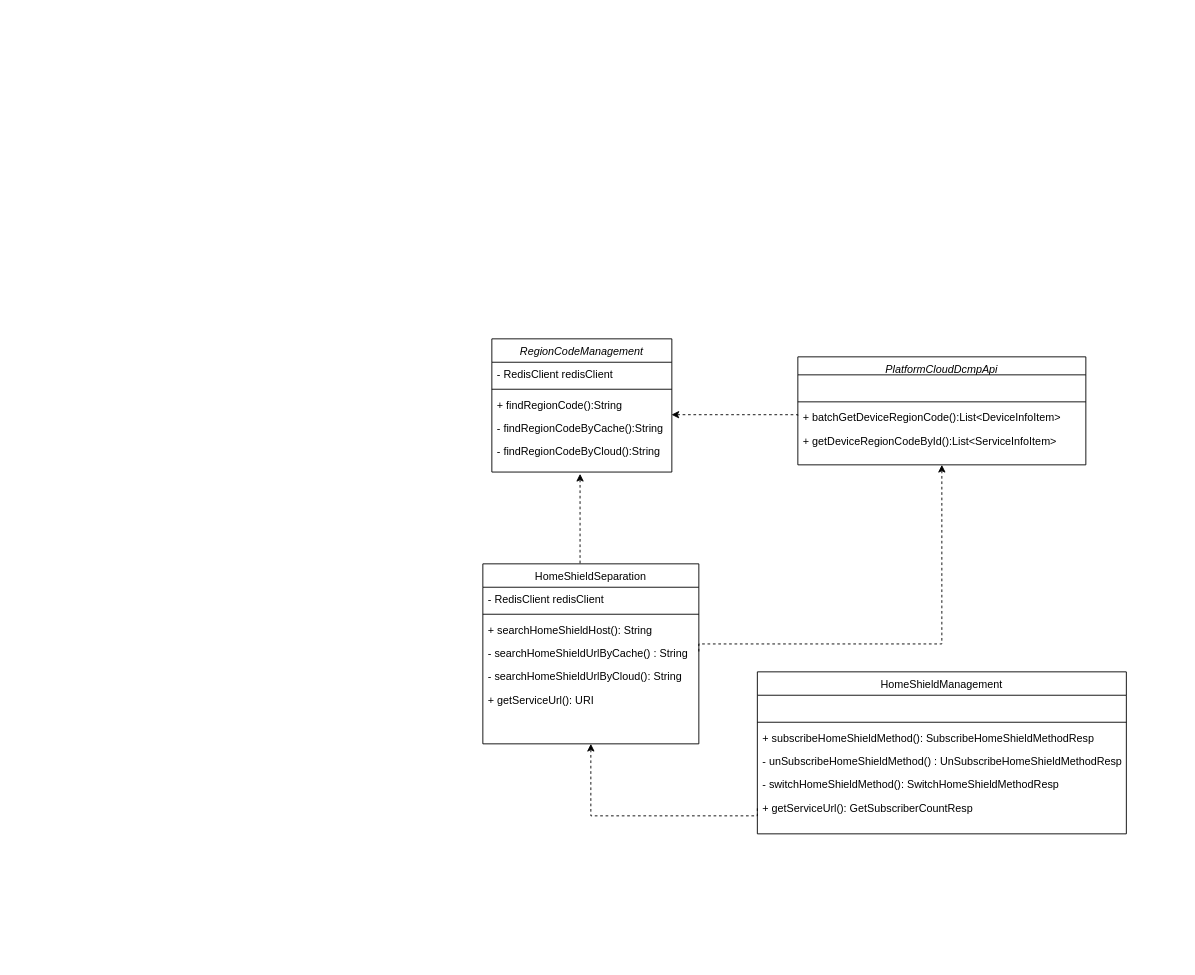
Dntls/Book keeps this draw.io diagram as Tauc概要设计.drawio. Above is the earlier version. Source tidied: cells renumbered, new cells numbered last; positions are measured from the earlier drawing's top-left corner, leaving out a move shared by most shapes. Both pictures are drawn from the tidied source at 90%, with x=0, y=0 at pixel (482, 338).
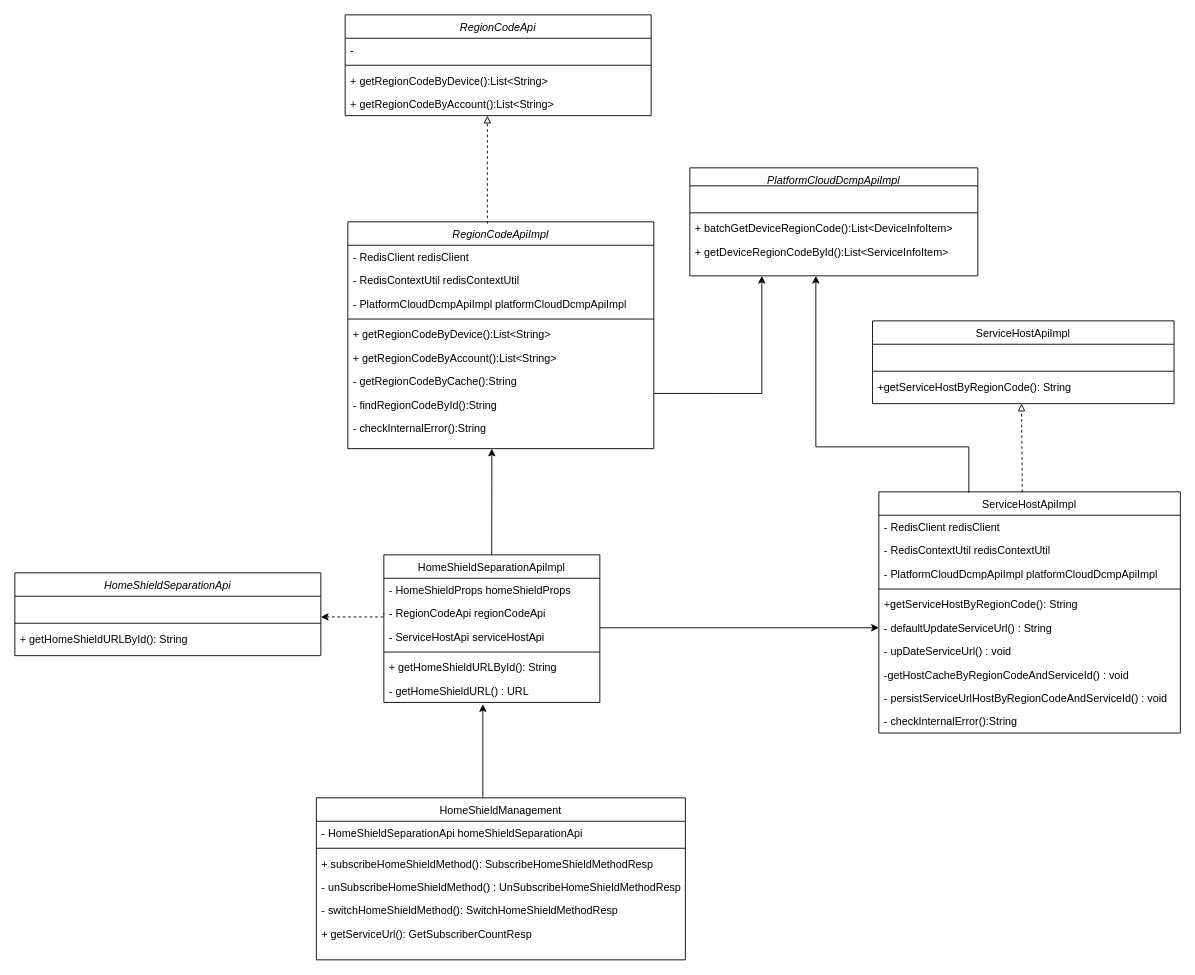
The same page after the edit.

Commit message:
更新Tauc概要设计.drawio

The change refers to these unchanged cells:
```xml
<mxCell id="19" value="+ batchGetDeviceRegionCode():List&lt;DeviceInfoItem&gt; " style="text;align=left;verticalAlign=top;spacingLeft=4;spacingRight=4;overflow=hidden;points=[[0,0.5],[1,0.5]];portConstraint=eastwest;" parent="16" vertex="1">
  <mxGeometry y="54" width="320" height="26" as="geometry" />
</mxCell>
<mxCell id="29" value="+ getServiceUrl(): GetSubscriberCountResp" style="text;align=left;verticalAlign=top;spacingLeft=4;spacingRight=4;overflow=hidden;points=[[0,0.5],[1,0.5]];portConstraint=eastwest;" parent="23" vertex="1">
  <mxGeometry y="138" width="410" height="26" as="geometry" />
</mxCell>
```

Change to the diagram source:
```diff
@@
-    <mxCell id="2" value="RegionCodeManagement" style="swimlane;fontStyle=2;align=center;verticalAlign=top;horizontal=1;startSize=26;rounded=0;shadow=0;strokeWidth=1;" parent="1" vertex="1">
-      <mxGeometry x="10" width="200" height="148" as="geometry" />
+    <mxCell id="2" value="RegionCodeApiImpl" style="swimlane;fontStyle=2;align=center;verticalAlign=top;horizontal=1;startSize=26;rounded=0;shadow=0;strokeWidth=1;" parent="1" vertex="1">
+      <mxGeometry x="-150" y="-130" width="340" height="252" as="geometry" />
     </mxCell>
     <mxCell id="3" value="- RedisClient redisClient" style="text;align=left;verticalAlign=top;spacingLeft=4;spacingRight=4;overflow=hidden;" parent="2" vertex="1">
-      <mxGeometry y="26" width="200" height="26" as="geometry" />
+      <mxGeometry y="26" width="340" height="26" as="geometry" />
     </mxCell>
+    <mxCell id="31" value="- RedisContextUtil redisContextUtil" style="text;align=left;verticalAlign=top;spacingLeft=4;spacingRight=4;overflow=hidden;rounded=0;shadow=0;html=0;" parent="2" vertex="1">
+      <mxGeometry y="52" width="340" height="26" as="geometry" />
+    </mxCell>
+    <mxCell id="32" value="- PlatformCloudDcmpApiImpl platformCloudDcmpApiImpl" style="text;align=left;verticalAlign=top;spacingLeft=4;spacingRight=4;overflow=hidden;rounded=0;shadow=0;html=0;" parent="2" vertex="1">
+      <mxGeometry y="78" width="340" height="26" as="geometry" />
+    </mxCell>
     <mxCell id="4" style="line;html=1;strokeWidth=1;align=left;verticalAlign=middle;spacingTop=-1;spacingLeft=3;spacingRight=3;labelPosition=right;" parent="2" vertex="1">
-      <mxGeometry y="52" width="200" height="8" as="geometry" />
+      <mxGeometry y="104" width="340" height="8" as="geometry" />
     </mxCell>
-    <mxCell id="5" value="+ findRegionCode():String" style="text;align=left;verticalAlign=top;spacingLeft=4;spacingRight=4;overflow=hidden;" parent="2" vertex="1">
-      <mxGeometry y="60" width="200" height="26" as="geometry" />
+    <mxCell id="5" value="+ getRegionCodeByDevice():List&lt;String&gt;" style="text;align=left;verticalAlign=top;spacingLeft=4;spacingRight=4;overflow=hidden;" parent="2" vertex="1">
+      <mxGeometry y="112" width="340" height="26" as="geometry" />
     </mxCell>
+    <mxCell id="33" value="+ getRegionCodeByAccount():List&lt;String&gt;" style="text;align=left;verticalAlign=top;spacingLeft=4;spacingRight=4;overflow=hidden;" parent="2" vertex="1">
+      <mxGeometry y="138" width="340" height="26" as="geometry" />
+    </mxCell>
-    <mxCell id="6" value="- findRegionCodeByCache():String" style="text;align=left;verticalAlign=top;spacingLeft=4;spacingRight=4;overflow=hidden;points=[[0,0.5],[1,0.5]];portConstraint=eastwest;" parent="2" vertex="1">
-      <mxGeometry y="86" width="200" height="26" as="geometry" />
+    <mxCell id="6" value="- getRegionCodeByCache():String" style="text;align=left;verticalAlign=top;spacingLeft=4;spacingRight=4;overflow=hidden;points=[[0,0.5],[1,0.5]];portConstraint=eastwest;" parent="2" vertex="1">
+      <mxGeometry y="164" width="340" height="26" as="geometry" />
     </mxCell>
-    <mxCell id="7" value="- findRegionCodeByCloud():String" style="text;align=left;verticalAlign=top;spacingLeft=4;spacingRight=4;overflow=hidden;points=[[0,0.5],[1,0.5]];portConstraint=eastwest;" parent="2" vertex="1">
-      <mxGeometry y="112" width="200" height="26" as="geometry" />
+    <mxCell id="7" value="- findRegionCodeById():String" style="text;align=left;verticalAlign=top;spacingLeft=4;spacingRight=4;overflow=hidden;points=[[0,0.5],[1,0.5]];portConstraint=eastwest;" parent="2" vertex="1">
+      <mxGeometry y="190" width="340" height="26" as="geometry" />
     </mxCell>
+    <mxCell id="34" value="- checkInternalError():String" style="text;align=left;verticalAlign=top;spacingLeft=4;spacingRight=4;overflow=hidden;" parent="2" vertex="1">
+      <mxGeometry y="216" width="340" height="26" as="geometry" />
+    </mxCell>
-    <mxCell id="8" value="HomeShieldSeparation" style="swimlane;fontStyle=0;align=center;verticalAlign=top;horizontal=1;startSize=26;rounded=0;shadow=0;strokeWidth=1;" parent="1" vertex="1">
-      <mxGeometry y="250" width="240" height="200" as="geometry" />
+    <mxCell id="8" value="HomeShieldSeparationApiImpl" style="swimlane;fontStyle=0;align=center;verticalAlign=top;horizontal=1;startSize=26;rounded=0;shadow=0;strokeWidth=1;" parent="1" vertex="1">
+      <mxGeometry x="-110" y="240" width="240" height="164" as="geometry" />
     </mxCell>
-    <mxCell id="9" value="- RedisClient redisClient" style="text;align=left;verticalAlign=top;spacingLeft=4;spacingRight=4;overflow=hidden;rounded=0;shadow=0;html=0;" parent="8" vertex="1">
+    <mxCell id="9" value="- HomeShieldProps homeShieldProps" style="text;align=left;verticalAlign=top;spacingLeft=4;spacingRight=4;overflow=hidden;rounded=0;shadow=0;html=0;" parent="8" vertex="1">
       <mxGeometry y="26" width="240" height="26" as="geometry" />
     </mxCell>
+    <mxCell id="35" value="- RegionCodeApi regionCodeApi " style="text;align=left;verticalAlign=top;spacingLeft=4;spacingRight=4;overflow=hidden;points=[[0,0.5],[1,0.5]];portConstraint=eastwest;rounded=0;shadow=0;html=0;" parent="8" vertex="1">
+      <mxGeometry y="52" width="240" height="26" as="geometry" />
+    </mxCell>
+    <mxCell id="36" value="- ServiceHostApi serviceHostApi" style="text;align=left;verticalAlign=top;spacingLeft=4;spacingRight=4;overflow=hidden;rounded=0;shadow=0;html=0;" parent="8" vertex="1">
+      <mxGeometry y="78" width="240" height="26" as="geometry" />
+    </mxCell>
     <mxCell id="10" style="line;html=1;strokeWidth=1;align=left;verticalAlign=middle;spacingTop=-1;spacingLeft=3;spacingRight=3;labelPosition=right;" parent="8" vertex="1">
-      <mxGeometry y="52" width="240" height="8" as="geometry" />
+      <mxGeometry y="104" width="240" height="8" as="geometry" />
     </mxCell>
-    <mxCell id="11" value="+ searchHomeShieldHost(): String" style="text;align=left;verticalAlign=top;spacingLeft=4;spacingRight=4;overflow=hidden;" parent="8" vertex="1">
-      <mxGeometry y="60" width="240" height="26" as="geometry" />
+    <mxCell id="11" value="+ getHomeShieldURLById(): String" style="text;align=left;verticalAlign=top;spacingLeft=4;spacingRight=4;overflow=hidden;" parent="8" vertex="1">
+      <mxGeometry y="112" width="240" height="26" as="geometry" />
     </mxCell>
-    <mxCell id="12" value="- searchHomeShieldUrlByCache() : String" style="text;align=left;verticalAlign=top;spacingLeft=4;spacingRight=4;overflow=hidden;points=[[0,0.5],[1,0.5]];portConstraint=eastwest;" parent="8" vertex="1">
-      <mxGeometry y="86" width="240" height="26" as="geometry" />
+    <mxCell id="12" value="- getHomeShieldURL() : URL&#10;" style="text;align=left;verticalAlign=top;spacingLeft=4;spacingRight=4;overflow=hidden;points=[[0,0.5],[1,0.5]];portConstraint=eastwest;" parent="8" vertex="1">
+      <mxGeometry y="138" width="240" height="26" as="geometry" />
     </mxCell>
-    <mxCell id="13" value="- searchHomeShieldUrlByCloud(): String" style="text;align=left;verticalAlign=top;spacingLeft=4;spacingRight=4;overflow=hidden;" parent="8" vertex="1">
-      <mxGeometry y="112" width="240" height="26" as="geometry" />
-    </mxCell>
-    <mxCell id="14" value="+ getServiceUrl(): URI" style="text;align=left;verticalAlign=top;spacingLeft=4;spacingRight=4;overflow=hidden;" parent="8" vertex="1">
-      <mxGeometry y="138" width="240" height="26" as="geometry" />
-    </mxCell>
-    <mxCell id="15" style="endArrow=none;shadow=0;strokeWidth=1;rounded=0;endFill=0;edgeStyle=elbowEdgeStyle;elbow=vertical;startArrow=classic;startFill=1;dashed=1;" parent="1" edge="1">
+    <mxCell id="15" style="endArrow=none;shadow=0;strokeWidth=1;rounded=0;endFill=0;edgeStyle=elbowEdgeStyle;elbow=vertical;startArrow=classic;startFill=1;entryX=0.374;entryY=-0.001;entryDx=0;entryDy=0;entryPerimeter=0;" parent="1" edge="1">
       <mxGeometry x="0.5" y="41" relative="1" as="geometry">
-        <mxPoint x="108" y="150" as="sourcePoint" />
-        <mxPoint x="108" y="250" as="targetPoint" />
+        <mxPoint x="10" y="122" as="sourcePoint" />
+        <mxPoint x="9.8" y="239.8" as="targetPoint" />
         <Array as="points">
-          <mxPoint x="111.8" y="180" />
+          <mxPoint x="13.8" y="162" />
         </Array>
         <mxPoint x="-40" y="32" as="offset" />
       </mxGeometry>
     </mxCell>
-    <mxCell id="16" value="PlatformCloudDcmpApi" style="swimlane;fontStyle=2;align=center;verticalAlign=top;horizontal=1;startSize=20;rounded=0;shadow=0;strokeWidth=1;" parent="1" vertex="1">
-      <mxGeometry x="350" y="20" width="320" height="120" as="geometry" />
+    <mxCell id="16" value="PlatformCloudDcmpApiImpl" style="swimlane;fontStyle=2;align=center;verticalAlign=top;horizontal=1;startSize=20;rounded=0;shadow=0;strokeWidth=1;" parent="1" vertex="1">
+      <mxGeometry x="230" y="-190" width="320" height="120" as="geometry" />
     </mxCell>
@@
-    <mxCell id="21" style="endArrow=none;shadow=0;strokeWidth=1;rounded=0;endFill=0;edgeStyle=orthogonalEdgeStyle;elbow=vertical;startArrow=classic;startFill=1;dashed=1;entryX=1;entryY=0.5;entryDx=0;entryDy=0;exitX=0.5;exitY=1;exitDx=0;exitDy=0;" parent="1" edge="1" source="16" target="12">
-      <mxGeometry relative="1" as="geometry">
-        <Array as="points">
-          <mxPoint x="510" y="339" />
-        </Array>
-      </mxGeometry>
-    </mxCell>
-    <mxCell id="22" style="endArrow=none;shadow=0;strokeWidth=1;rounded=0;endFill=0;edgeStyle=orthogonalEdgeStyle;elbow=vertical;startArrow=classic;startFill=1;dashed=1;exitX=0.998;exitY=-0.066;exitDx=0;exitDy=0;exitPerimeter=0;entryX=0;entryY=0.5;entryDx=0;entryDy=0;" parent="1" edge="1" source="6" target="19">
-      <mxGeometry relative="1" as="geometry">
-        <Array as="points">
-          <mxPoint x="350" y="84" />
-        </Array>
-      </mxGeometry>
-    </mxCell>
+    <mxCell id="37" style="edgeStyle=orthogonalEdgeStyle;rounded=0;jettySize=auto;html=1;" parent="1" edge="1" source="23">
+      <mxGeometry relative="1" as="geometry">
+        <mxPoint y="406" as="targetPoint" />
+        <Array as="points">
+          <mxPoint y="490" />
+          <mxPoint y="490" />
+        </Array>
+      </mxGeometry>
+    </mxCell>
     <mxCell id="23" value="HomeShieldManagement" style="swimlane;fontStyle=0;align=center;verticalAlign=top;horizontal=1;startSize=26;rounded=0;shadow=0;strokeWidth=1;" parent="1" vertex="1">
-      <mxGeometry x="305" y="370" width="410" height="180" as="geometry" />
+      <mxGeometry x="-185" y="510" width="410" height="180" as="geometry" />
     </mxCell>
-    <mxCell id="24" value=" " style="text;align=left;verticalAlign=top;spacingLeft=4;spacingRight=4;overflow=hidden;rounded=0;shadow=0;html=0;" parent="23" vertex="1">
+    <mxCell id="24" value="- HomeShieldSeparationApi homeShieldSeparationApi &#10; " style="text;align=left;verticalAlign=top;spacingLeft=4;spacingRight=4;overflow=hidden;rounded=0;shadow=0;html=0;" parent="23" vertex="1">
       <mxGeometry y="26" width="410" height="26" as="geometry" />
     </mxCell>
@@
-    <mxCell id="30" style="endArrow=none;shadow=0;strokeWidth=1;rounded=0;endFill=0;edgeStyle=orthogonalEdgeStyle;elbow=vertical;startArrow=classic;startFill=1;dashed=1;exitX=0.5;exitY=1;exitDx=0;exitDy=0;entryX=0;entryY=0.5;entryDx=0;entryDy=0;" parent="1" edge="1" source="8" target="29">
-      <mxGeometry relative="1" as="geometry">
-        <Array as="points">
-          <mxPoint x="120" y="530" />
-          <mxPoint x="305" y="530" />
-        </Array>
-      </mxGeometry>
-    </mxCell>
+    <mxCell id="38" value=" ServiceHostApiImpl" style="swimlane;fontStyle=0;align=center;verticalAlign=top;horizontal=1;startSize=26;rounded=0;shadow=0;strokeWidth=1;" parent="1" vertex="1">
+      <mxGeometry x="440" y="170" width="335" height="268" as="geometry" />
+    </mxCell>
+    <mxCell id="39" value="- RedisClient redisClient" style="text;align=left;verticalAlign=top;spacingLeft=4;spacingRight=4;overflow=hidden;rounded=0;shadow=0;html=0;" parent="38" vertex="1">
+      <mxGeometry y="26" width="335" height="26" as="geometry" />
+    </mxCell>
+    <mxCell id="40" value="- RedisContextUtil redisContextUtil" style="text;align=left;verticalAlign=top;spacingLeft=4;spacingRight=4;overflow=hidden;rounded=0;shadow=0;html=0;" parent="38" vertex="1">
+      <mxGeometry y="52" width="335" height="26" as="geometry" />
+    </mxCell>
+    <mxCell id="41" value="- PlatformCloudDcmpApiImpl platformCloudDcmpApiImpl" style="text;align=left;verticalAlign=top;spacingLeft=4;spacingRight=4;overflow=hidden;rounded=0;shadow=0;html=0;" parent="38" vertex="1">
+      <mxGeometry y="78" width="335" height="26" as="geometry" />
+    </mxCell>
+    <mxCell id="42" style="line;html=1;strokeWidth=1;align=left;verticalAlign=middle;spacingTop=-1;spacingLeft=3;spacingRight=3;labelPosition=right;" parent="38" vertex="1">
+      <mxGeometry y="104" width="335" height="8" as="geometry" />
+    </mxCell>
+    <mxCell id="43" value="+getServiceHostByRegionCode(): String" style="text;align=left;verticalAlign=top;spacingLeft=4;spacingRight=4;overflow=hidden;" parent="38" vertex="1">
+      <mxGeometry y="112" width="335" height="26" as="geometry" />
+    </mxCell>
+    <mxCell id="44" value="- defaultUpdateServiceUrl() : String" style="text;align=left;verticalAlign=top;spacingLeft=4;spacingRight=4;overflow=hidden;points=[[0,0.5],[1,0.5]];portConstraint=eastwest;" parent="38" vertex="1">
+      <mxGeometry y="138" width="335" height="26" as="geometry" />
+    </mxCell>
+    <mxCell id="45" value="- upDateServiceUrl() : void" style="text;align=left;verticalAlign=top;spacingLeft=4;spacingRight=4;overflow=hidden;" parent="38" vertex="1">
+      <mxGeometry y="164" width="335" height="26" as="geometry" />
+    </mxCell>
+    <mxCell id="46" value="-getHostCacheByRegionCodeAndServiceId() : void" style="text;align=left;verticalAlign=top;spacingLeft=4;spacingRight=4;overflow=hidden;" parent="38" vertex="1">
+      <mxGeometry y="190" width="335" height="26" as="geometry" />
+    </mxCell>
+    <mxCell id="47" value="- persistServiceUrlHostByRegionCodeAndServiceId() : void" style="text;align=left;verticalAlign=top;spacingLeft=4;spacingRight=4;overflow=hidden;" parent="38" vertex="1">
+      <mxGeometry y="216" width="335" height="26" as="geometry" />
+    </mxCell>
+    <mxCell id="48" value="- checkInternalError():String" style="text;align=left;verticalAlign=top;spacingLeft=4;spacingRight=4;overflow=hidden;" parent="38" vertex="1">
+      <mxGeometry y="242" width="335" height="26" as="geometry" />
+    </mxCell>
+    <mxCell id="49" style="endArrow=classic;html=1;rounded=0;entryX=0;entryY=0.5;entryDx=0;entryDy=0;" parent="1" edge="1" target="44">
+      <mxGeometry relative="1" as="geometry">
+        <mxPoint x="130" y="321" as="sourcePoint" />
+      </mxGeometry>
+    </mxCell>
+    <mxCell id="50" value="RegionCodeApi" style="swimlane;fontStyle=2;align=center;verticalAlign=top;horizontal=1;startSize=26;rounded=0;shadow=0;strokeWidth=1;" parent="1" vertex="1">
+      <mxGeometry x="-153" y="-360" width="340" height="112" as="geometry" />
+    </mxCell>
+    <mxCell id="51" value="-  " style="text;align=left;verticalAlign=top;spacingLeft=4;spacingRight=4;overflow=hidden;rounded=0;shadow=0;html=0;" parent="50" vertex="1">
+      <mxGeometry y="26" width="340" height="26" as="geometry" />
+    </mxCell>
+    <mxCell id="52" style="line;html=1;strokeWidth=1;align=left;verticalAlign=middle;spacingTop=-1;spacingLeft=3;spacingRight=3;labelPosition=right;" parent="50" vertex="1">
+      <mxGeometry y="52" width="340" height="8" as="geometry" />
+    </mxCell>
+    <mxCell id="53" value="+ getRegionCodeByDevice():List&lt;String&gt;" style="text;align=left;verticalAlign=top;spacingLeft=4;spacingRight=4;overflow=hidden;" parent="50" vertex="1">
+      <mxGeometry y="60" width="340" height="26" as="geometry" />
+    </mxCell>
+    <mxCell id="54" value="+ getRegionCodeByAccount():List&lt;String&gt;" style="text;align=left;verticalAlign=top;spacingLeft=4;spacingRight=4;overflow=hidden;" parent="50" vertex="1">
+      <mxGeometry y="86" width="340" height="26" as="geometry" />
+    </mxCell>
+    <mxCell id="55" style="endArrow=block;html=1;rounded=0;edgeStyle=orthogonalEdgeStyle;endFill=0;entryX=0.5;entryY=1;entryDx=0;entryDy=0;dashed=1;" parent="1" edge="1">
+      <mxGeometry relative="1" as="geometry">
+        <mxPoint x="5" y="-128" as="sourcePoint" />
+        <mxPoint x="5" y="-248" as="targetPoint" />
+        <Array as="points">
+          <mxPoint x="5" y="-128" />
+        </Array>
+      </mxGeometry>
+    </mxCell>
+    <mxCell id="56" value=" ServiceHostApiImpl" style="swimlane;fontStyle=0;align=center;verticalAlign=top;horizontal=1;startSize=26;rounded=0;shadow=0;strokeWidth=1;" parent="1" vertex="1">
+      <mxGeometry x="433" y="-20" width="335" height="92" as="geometry" />
+    </mxCell>
+    <mxCell id="57" value=" " style="text;align=left;verticalAlign=top;spacingLeft=4;spacingRight=4;overflow=hidden;rounded=0;shadow=0;html=0;" parent="56" vertex="1">
+      <mxGeometry y="26" width="335" height="26" as="geometry" />
+    </mxCell>
+    <mxCell id="58" style="line;html=1;strokeWidth=1;align=left;verticalAlign=middle;spacingTop=-1;spacingLeft=3;spacingRight=3;labelPosition=right;" parent="56" vertex="1">
+      <mxGeometry y="52" width="335" height="8" as="geometry" />
+    </mxCell>
+    <mxCell id="59" value="+getServiceHostByRegionCode(): String" style="text;align=left;verticalAlign=top;spacingLeft=4;spacingRight=4;overflow=hidden;" parent="56" vertex="1">
+      <mxGeometry y="60" width="335" height="26" as="geometry" />
+    </mxCell>
+    <mxCell id="60" style="endArrow=block;html=1;rounded=0;edgeStyle=orthogonalEdgeStyle;entryX=0.5;entryY=1;entryDx=0;entryDy=0;exitX=0.562;exitY=0.001;exitDx=0;exitDy=0;exitPerimeter=0;endFill=0;dashed=1;" parent="1" edge="1">
+      <mxGeometry relative="1" as="geometry">
+        <mxPoint x="599.3" y="170.3" as="sourcePoint" />
+        <mxPoint x="598.5" y="72" as="targetPoint" />
+        <Array as="points">
+          <mxPoint x="599" y="160" />
+          <mxPoint x="599" y="120" />
+          <mxPoint x="599" y="120" />
+        </Array>
+      </mxGeometry>
+    </mxCell>
+    <mxCell id="61" value="HomeShieldSeparationApi" style="swimlane;fontStyle=2;align=center;verticalAlign=top;horizontal=1;startSize=26;rounded=0;shadow=0;strokeWidth=1;" parent="1" vertex="1">
+      <mxGeometry x="-520" y="260" width="340" height="92" as="geometry" />
+    </mxCell>
+    <mxCell id="62" value=" " style="text;align=left;verticalAlign=top;spacingLeft=4;spacingRight=4;overflow=hidden;rounded=0;shadow=0;html=0;" parent="61" vertex="1">
+      <mxGeometry y="26" width="340" height="26" as="geometry" />
+    </mxCell>
+    <mxCell id="63" style="line;html=1;strokeWidth=1;align=left;verticalAlign=middle;spacingTop=-1;spacingLeft=3;spacingRight=3;labelPosition=right;" parent="61" vertex="1">
+      <mxGeometry y="52" width="340" height="8" as="geometry" />
+    </mxCell>
+    <mxCell id="64" value="+ getHomeShieldURLById(): String" style="text;align=left;verticalAlign=top;spacingLeft=4;spacingRight=4;overflow=hidden;" parent="61" vertex="1">
+      <mxGeometry y="60" width="340" height="26" as="geometry" />
+    </mxCell>
+    <mxCell id="65" style="endArrow=none;shadow=0;strokeWidth=1;rounded=0;endFill=0;edgeStyle=elbowEdgeStyle;elbow=vertical;startArrow=classic;startFill=1;dashed=1;entryX=0;entryY=0.5;entryDx=0;entryDy=0;" parent="1" edge="1" source="61" target="35">
+      <mxGeometry x="0.5" y="41" relative="1" as="geometry">
+        <Array as="points">
+          <mxPoint x="-140" y="309" />
+        </Array>
+        <mxPoint x="-40" y="32" as="offset" />
+      </mxGeometry>
+    </mxCell>
+    <mxCell id="66" style="endArrow=classic;html=1;rounded=0;edgeStyle=orthogonalEdgeStyle;endFill=1;exitX=1.001;exitY=0.026;exitDx=0;exitDy=0;exitPerimeter=0;entryX=0.25;entryY=1;entryDx=0;entryDy=0;" parent="1" edge="1" source="7" target="16">
+      <mxGeometry relative="1" as="geometry">
+        <Array as="points">
+          <mxPoint x="310" y="61" />
+        </Array>
+      </mxGeometry>
+    </mxCell>
+    <mxCell id="67" style="endArrow=classic;html=1;rounded=0;edgeStyle=orthogonalEdgeStyle;" parent="1" edge="1">
+      <mxGeometry relative="1" as="geometry">
+        <mxPoint x="540" y="171" as="sourcePoint" />
+        <mxPoint x="370" y="-70" as="targetPoint" />
+        <Array as="points">
+          <mxPoint x="540" y="171" />
+          <mxPoint x="540" y="120" />
+          <mxPoint x="370" y="120" />
+        </Array>
+      </mxGeometry>
+    </mxCell>
```
